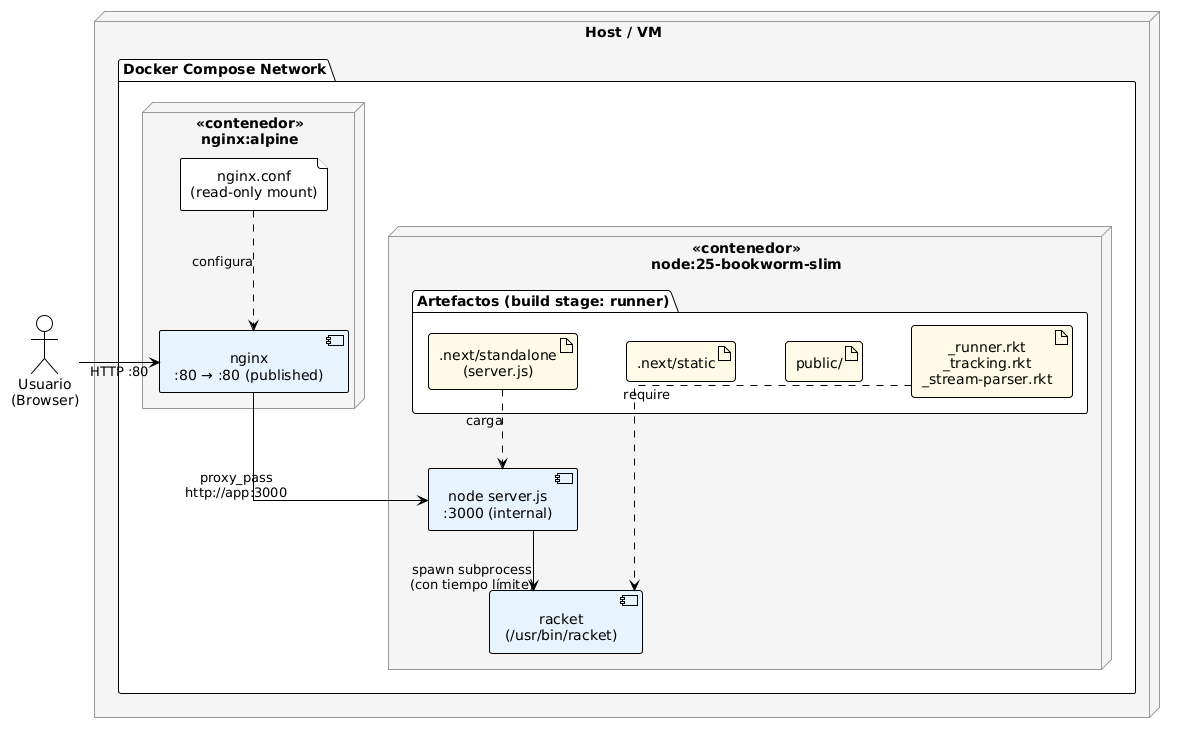
Before: Capitulo_5/imagenes/despliegue.png, a diagram exported from PlantUML (code3743/thesis-proposal).
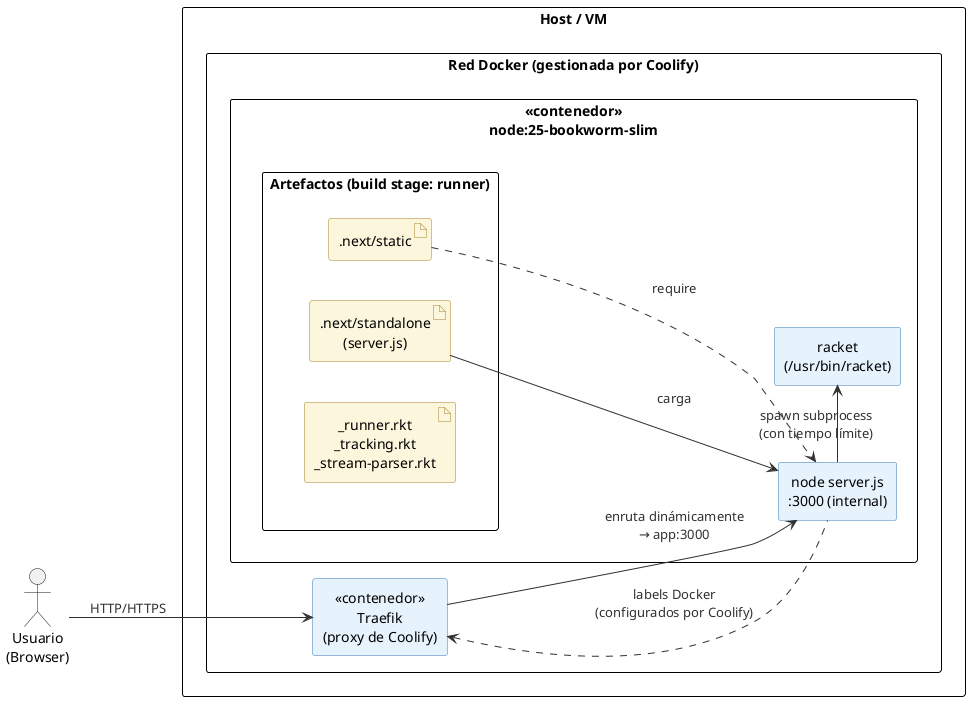
Above is the later version.

The edit, as a diff of the source:
```diff
@@ -1,47 +1,53 @@
 @startuml
-!theme plain
+skinparam backgroundColor white
+skinparam shadowing false
 skinparam defaultTextAlignment center
-skinparam linetype ortho
-skinparam nodesep 50
-skinparam ranksep 60
-skinparam nodeBackgroundColor #f5f5f5
-skinparam nodeBorderColor #999999
-skinparam artifactBackgroundColor #fffbe6
-skinparam componentBackgroundColor #e8f4fd
+skinparam componentStyle rectangle
+skinparam nodesep 40
+skinparam ranksep 40
 
-actor "Usuario\n(Browser)" as user
+skinparam rectangle {
+  BackgroundColor White
+  BorderColor Black
+}
+skinparam component {
+  BackgroundColor #E7F3FC
+  BorderColor #3A78B5
+}
+skinparam artifact {
+  BackgroundColor #FCF6DC
+  BorderColor #A9832E
+}
+skinparam ArrowColor #303030
+skinparam ArrowFontColor #303030
 
-node "Host / VM" as host {
+left to right direction
 
-  package "Docker Compose Network" as compose {
+actor "Usuario\n(Browser)" as usuario
 
-    node "«contenedor»\nnginx:alpine" as c_nginx {
-      file "nginx.conf\n(read-only mount)" as f_conf
-      component "nginx\n:80 → :80 (published)" as p_nginx
+rectangle "Host / VM" as host {
+  rectangle "Red Docker (gestionada por Coolify)" as network {
+    component "«contenedor»\nTraefik\n(proxy de Coolify)" as traefik
+
+    rectangle "«contenedor»\nnode:25-bookworm-slim" as appcontainer {
+      rectangle "Artefactos (build stage: runner)" as artefactos {
+        artifact ".next/standalone\n(server.js)" as standalone
+        artifact ".next/static" as staticdir
+        artifact "_runner.rkt\n_tracking.rkt\n_stream-parser.rkt" as rktfiles
+      }
+      component "node server.js\n:3000 (internal)" as nodeserver
+      component "racket\n(/usr/bin/racket)" as racket
     }
-
-    node "«contenedor»\nnode:25-bookworm-slim" as c_app {
-
-      package "Artefactos (build stage: runner)" as arts {
-        artifact ".next/standalone\n(server.js)" as a_standalone
-        artifact ".next/static" as a_static
-        artifact "public/" as a_public
-        artifact "_runner.rkt\n_tracking.rkt\n_stream-parser.rkt" as a_rkt
-      }
-
-      component "node server.js\n:3000 (internal)" as p_node
-      component "racket\n(/usr/bin/racket)" as p_racket
-    }
-
   }
 }
 
-user        -right->  p_nginx  : HTTP :80
-p_nginx      -->       p_node   : proxy_pass\nhttp://app:3000
+usuario --> traefik : HTTP/HTTPS
+traefik --> nodeserver : enruta dinámicamente\n→ app:3000
+nodeserver .left.> traefik : labels Docker\n(configurados por Coolify)
+standalone -down-> nodeserver : carga
+staticdir .down.> nodeserver : require
+nodeserver -right-> racket : spawn subprocess\n(con tiempo límite)
 
-p_node       -->       p_racket : spawn subprocess\n(con tiempo límite)
+artefactos -[hidden]down- nodeserver
 
-f_conf       ..>       p_nginx  : configura
-a_standalone ..>       p_node   : carga
-a_rkt        ..>       p_racket : require
 @enduml
```
